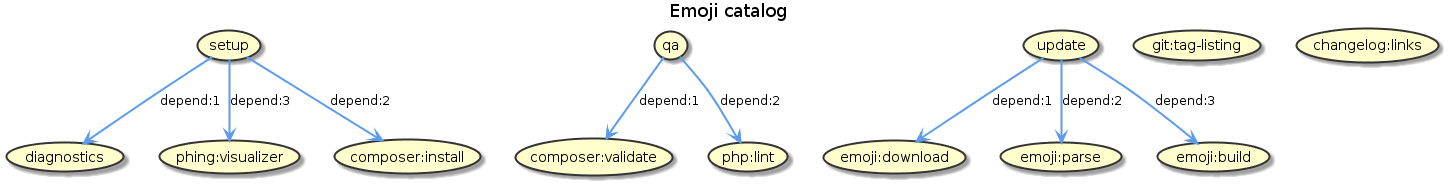
This is build.png from jawira/emoji-catalog, a PlantUML export, as it was before one commit. Its diagram source:
```plantuml
@startuml
title Emoji catalog
skinparam ArrowFontColor Black
skinparam ArrowThickness 2
skinparam UseCaseBackgroundColor #FFFECC
skinparam UseCaseBorderColor #333333
skinparam UseCaseBorderThickness 2
skinparam UseCaseFontColor Black

(diagnostics)
(setup)
(qa)
(update)
(composer:validate)
(phing:visualizer)
(composer:install)
(git:tag-listing)
(changelog:links)
(emoji:download)
(emoji:parse)
(emoji:build)
(php:lint)


(setup) -[#5D9CEC]-> (diagnostics) : depend:1
(setup) -[#5D9CEC]-> (composer:install) : depend:2
(setup) -[#5D9CEC]-> (phing:visualizer) : depend:3
(qa) -[#5D9CEC]-> (composer:validate) : depend:1
(qa) -[#5D9CEC]-> (php:lint) : depend:2
(update) -[#5D9CEC]-> (emoji:download) : depend:1
(update) -[#5D9CEC]-> (emoji:parse) : depend:2
(update) -[#5D9CEC]-> (emoji:build) : depend:3
@enduml
```
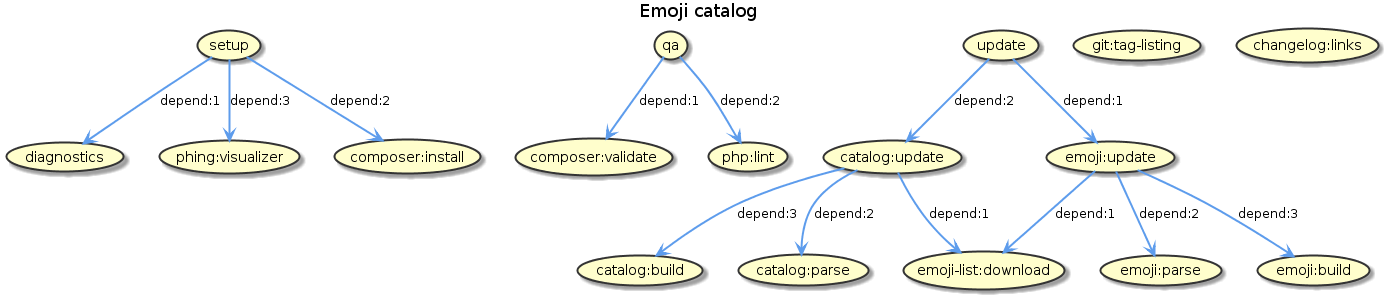
The same file after the commit.

Commit message:
Add emoji catalog #1

Change to the diagram source:
```diff
@@ -11,14 +11,18 @@
 (setup)
 (qa)
 (update)
+(emoji:update)
+(catalog:update)
 (composer:validate)
 (phing:visualizer)
 (composer:install)
 (git:tag-listing)
 (changelog:links)
-(emoji:download)
+(emoji-list:download)
 (emoji:parse)
 (emoji:build)
+(catalog:parse)
+(catalog:build)
 (php:lint)
 
 
@@ -27,7 +31,12 @@
 (setup) -[#5D9CEC]-> (phing:visualizer) : depend:3
 (qa) -[#5D9CEC]-> (composer:validate) : depend:1
 (qa) -[#5D9CEC]-> (php:lint) : depend:2
-(update) -[#5D9CEC]-> (emoji:download) : depend:1
-(update) -[#5D9CEC]-> (emoji:parse) : depend:2
-(update) -[#5D9CEC]-> (emoji:build) : depend:3
+(update) -[#5D9CEC]-> (emoji:update) : depend:1
+(update) -[#5D9CEC]-> (catalog:update) : depend:2
+(emoji:update) -[#5D9CEC]-> (emoji-list:download) : depend:1
+(emoji:update) -[#5D9CEC]-> (emoji:parse) : depend:2
+(emoji:update) -[#5D9CEC]-> (emoji:build) : depend:3
+(catalog:update) -[#5D9CEC]-> (emoji-list:download) : depend:1
+(catalog:update) -[#5D9CEC]-> (catalog:parse) : depend:2
+(catalog:update) -[#5D9CEC]-> (catalog:build) : depend:3
 @enduml
```
